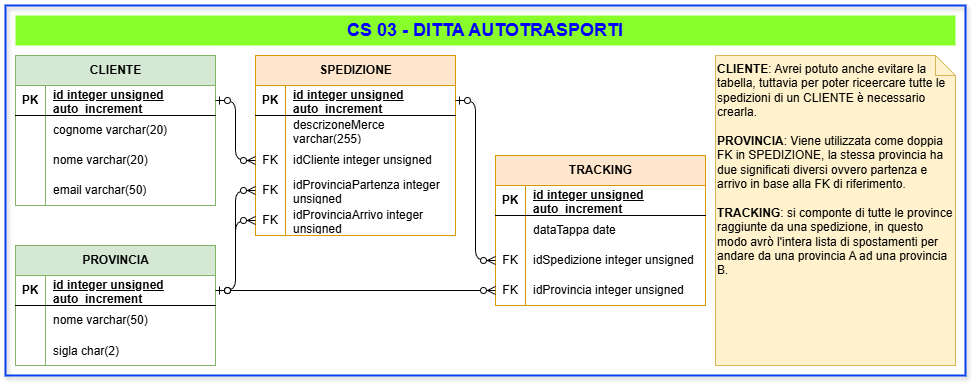
Earlier version of the draw.io export AS_2025_2026/5I/Informatica/CS03 - Autotrasporti/er-fisico.drawio.png (CescoP81/GalileiOstiglia). Source tidied: cells renumbered, new cells last; positions are measured from the earlier drawing's top-left corner, leaving out a move shared by most shapes.
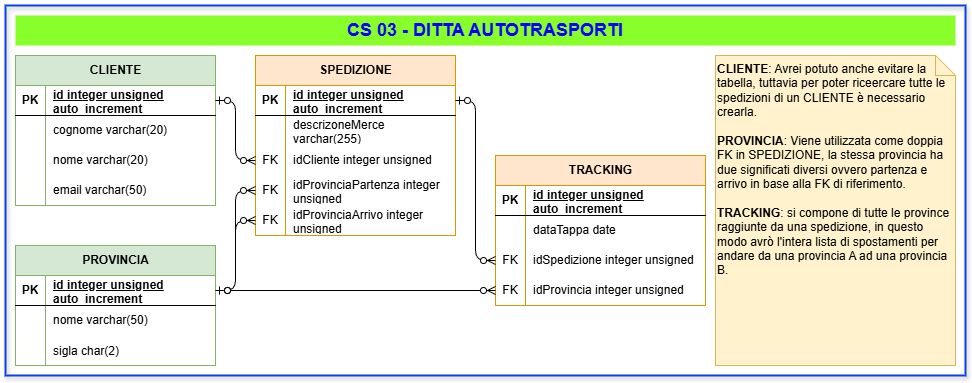
After the change.

Change to the diagram source:
```diff
@@ -184,7 +184,7 @@
     <mxCell id="60" value="CS 03 - DITTA AUTOTRASPORTI" style="text;html=1;align=center;verticalAlign=middle;whiteSpace=wrap;rounded=0;fontSize=18;fontStyle=1;fontColor=#0000FF;fillColor=#88FF2A;" parent="1" vertex="1">
       <mxGeometry x="10" y="10" width="940" height="30" as="geometry" />
     </mxCell>
-    <mxCell id="61" value="&lt;b&gt;CLIENTE&lt;/b&gt;: Avrei potuto anche evitare la tabella, tuttavia per poter riceercare tutte le spedizioni di un CLIENTE è necessario crearla.&lt;div&gt;&lt;br&gt;&lt;/div&gt;&lt;div&gt;&lt;b&gt;PROVINCIA&lt;/b&gt;: Viene utilizzata come doppia FK in SPEDIZIONE, la stessa provincia ha due significati diversi ovvero partenza e arrivo in base alla FK di riferimento.&lt;/div&gt;&lt;div&gt;&lt;br&gt;&lt;/div&gt;&lt;div&gt;&lt;b&gt;TRACKING&lt;/b&gt;: si componte di tutte le province raggiunte da una spedizione, in questo modo avrò l'intera lista di spostamenti per andare da una provincia A ad una provincia B.&lt;/div&gt;" style="shape=note;size=20;whiteSpace=wrap;html=1;fillColor=#fff2cc;strokeColor=#d6b656;align=left;verticalAlign=top;" parent="1" vertex="1">
+    <mxCell id="61" value="&lt;b&gt;CLIENTE&lt;/b&gt;: Avrei potuto anche evitare la tabella, tuttavia per poter riceercare tutte le spedizioni di un CLIENTE è necessario crearla.&lt;div&gt;&lt;br&gt;&lt;/div&gt;&lt;div&gt;&lt;b&gt;PROVINCIA&lt;/b&gt;: Viene utilizzata come doppia FK in SPEDIZIONE, la stessa provincia ha due significati diversi ovvero partenza e arrivo in base alla FK di riferimento.&lt;/div&gt;&lt;div&gt;&lt;br&gt;&lt;/div&gt;&lt;div&gt;&lt;b&gt;TRACKING&lt;/b&gt;: si compone di tutte le province raggiunte da una spedizione, in questo modo avrò l'intera lista di spostamenti per andare da una provincia A ad una provincia B.&lt;/div&gt;" style="shape=note;size=20;whiteSpace=wrap;html=1;fillColor=#fff2cc;strokeColor=#d6b656;align=left;verticalAlign=top;" parent="1" vertex="1">
       <mxGeometry x="710" y="50" width="240" height="310" as="geometry" />
     </mxCell>
   </root>
```
